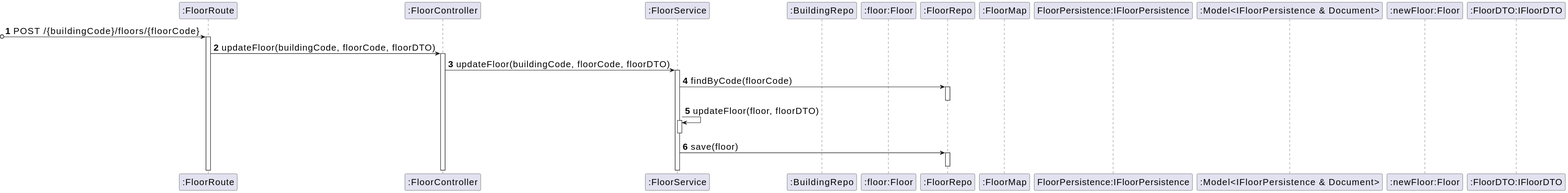
Earlier version of the PlantUML export _wiki/sprint-a/us06-200/views/level-3/assets/process-view.svg (miseEnPlace-dev/lapr5).
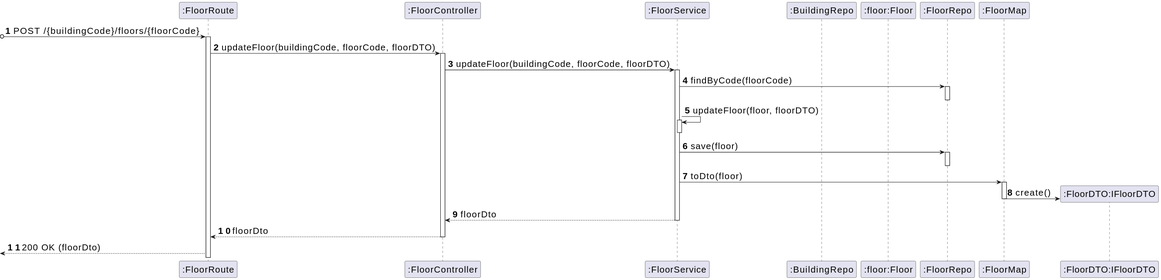
Later version of the same file.

Change to the diagram source:
```diff
@@ -8,10 +8,7 @@
 participant floor as ":floor:Floor"
 participant floor_repo as ":FloorRepo"
 participant map as ":FloorMap"
-participant PERS as "FloorPersistence:IFloorPersistence"
-participant MODEL as ":Model<IFloorPersistence & Document>"
-participant NBUILD as ":newFloor:Floor"
-participant DTO as ":FloorDTO:IFloorDTO"
+participant floor_dto as ":FloorDTO:IFloorDTO"
 
 ?o-> route : POST /{buildingCode}/floors/{floorCode}
 activate route
@@ -28,4 +25,13 @@
 service -> floor_repo : save(floor)
 activate floor_repo
 deactivate floor_repo
+service -> map : toDto(floor)
+activate map
+map -> floor_dto** : create()
+deactivate map
+service --> controller : floorDto
+deactivate service
+controller --> route : floorDto
+deactivate controller
+<-- route : 200 OK (floorDto)
 @enduml
```
